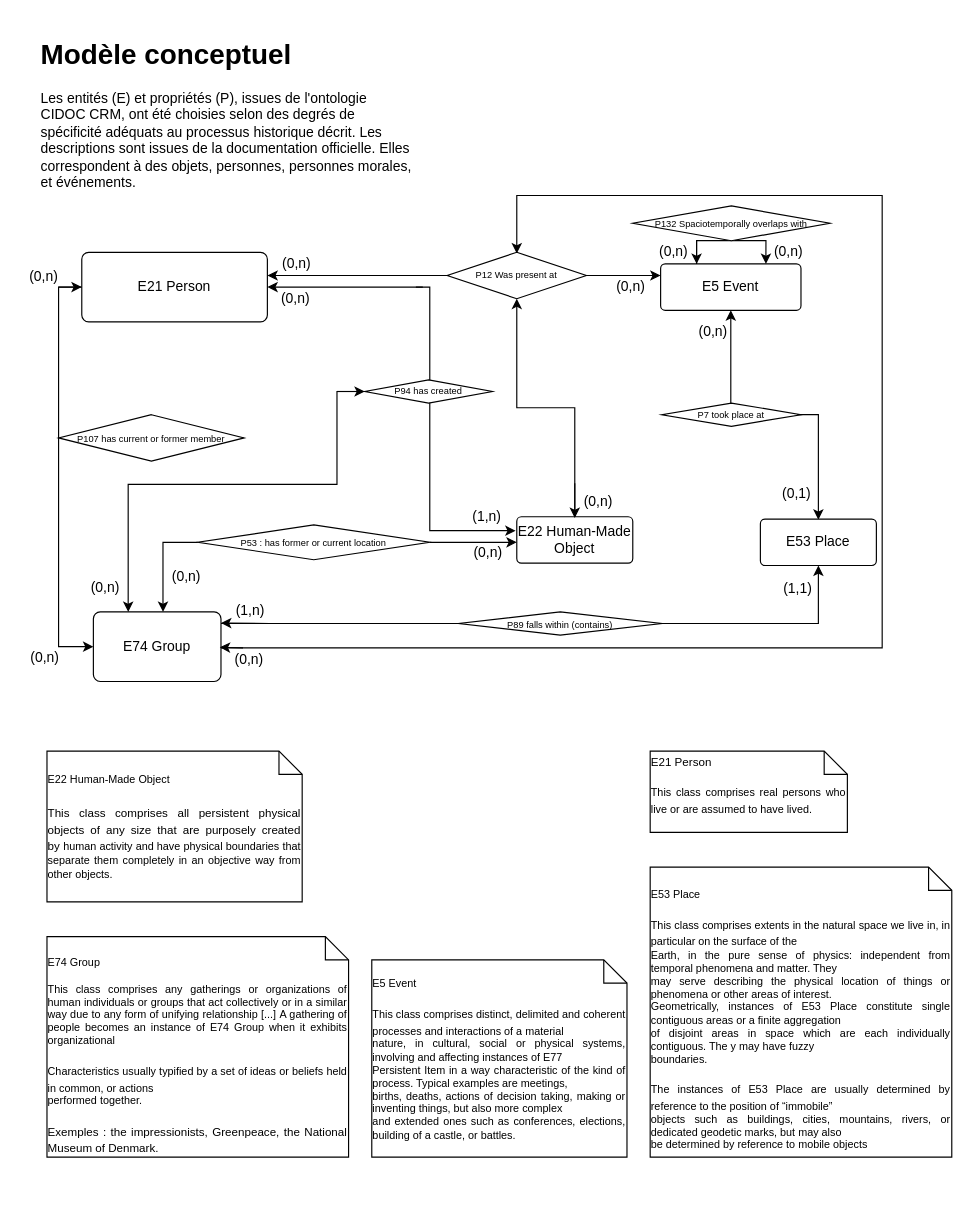
Before: CIDOC CRM.drawio in Oeconomo/Mexican_natures, a draw.io diagram. Source tidied: cells renumbered, new cells numbered last; positions are measured from the earlier drawing's top-left corner, leaving out a move shared by most shapes. Both pictures are drawn from the tidied source at 116%, with x=0, y=0 at pixel (20, 31).
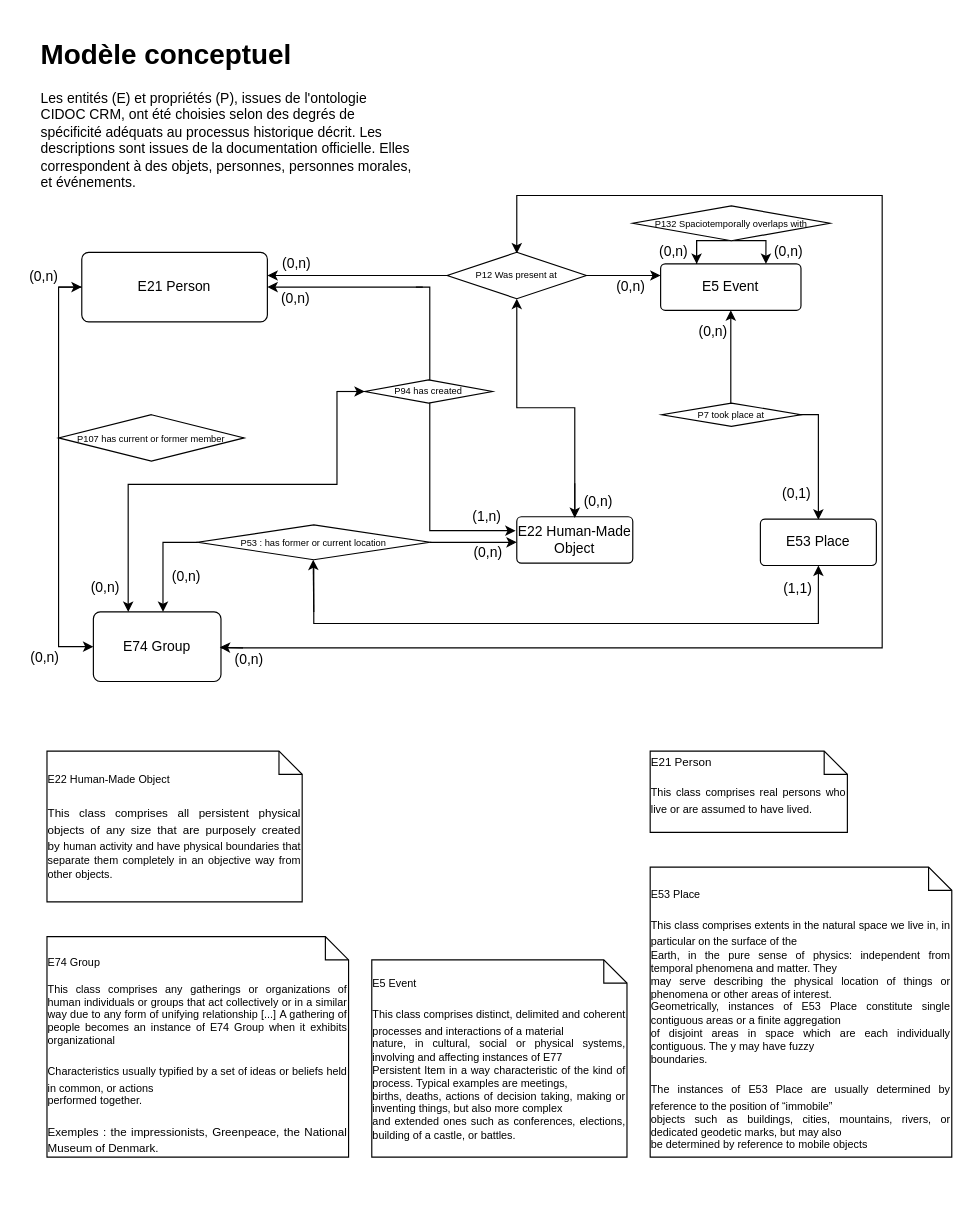
After the change.

Unchanged cells that the change refers to:
```xml
<mxCell id="7" value="&lt;div&gt;&lt;/div&gt;E53 Place" style="rounded=1;arcSize=10;whiteSpace=wrap;html=1;align=center;" parent="1" vertex="1">
  <mxGeometry x="638" y="420" width="100" height="40" as="geometry" />
</mxCell>
<mxCell id="16" value="E74 Group" style="rounded=1;arcSize=10;whiteSpace=wrap;html=1;align=center;" parent="1" vertex="1">
  <mxGeometry x="63" y="500" width="110" height="60" as="geometry" />
</mxCell>
```

Diff of the diagram source:
```diff
@@
-    <mxCell id="14" style="edgeStyle=orthogonalEdgeStyle;rounded=0;jettySize=auto;html=1;entryX=0.5;entryY=1;entryDx=0;entryDy=0;fontFamily=Helvetica;fontSize=10;" parent="1" edge="1" source="16" target="7">
+    <mxCell id="14" style="edgeStyle=orthogonalEdgeStyle;rounded=0;jettySize=auto;html=1;entryX=0.5;entryY=1;entryDx=0;entryDy=0;fontFamily=Helvetica;fontSize=10;" parent="1" edge="1" target="7">
       <mxGeometry relative="1" as="geometry">
+        <mxPoint x="253" y="460" as="sourcePoint" />
         <Array as="points">
           <mxPoint x="688" y="510" />
         </Array>
       </mxGeometry>
     </mxCell>
@@
-    <mxCell id="23" value="&lt;span style=&quot;font-size: 8px; background-color: initial;&quot;&gt;P89 falls within (contains)&lt;/span&gt;" style="shape=rhombus;perimeter=rhombusPerimeter;whiteSpace=wrap;html=1;align=center;fontFamily=Helvetica;fontSize=10;" parent="1" vertex="1">
-      <mxGeometry x="378" y="500" width="175" height="20" as="geometry" />
-    </mxCell>
@@
-    <mxCell id="26" style="endArrow=classic;html=1;rounded=0;fontFamily=Helvetica;fontSize=8;exitX=0.975;exitY=0.55;exitDx=0;exitDy=0;exitPerimeter=0;" parent="1" edge="1">
+    <mxCell id="26" style="endArrow=classic;html=1;rounded=0;fontFamily=Helvetica;fontSize=8;" parent="1" edge="1">
       <mxGeometry relative="1" as="geometry">
-        <mxPoint x="215" y="510" as="sourcePoint" />
-        <mxPoint x="173" y="509.5" as="targetPoint" />
+        <mxPoint x="253" y="500" as="sourcePoint" />
+        <mxPoint x="252.5" y="455" as="targetPoint" />
       </mxGeometry>
     </mxCell>
@@
-    <mxCell id="34" value="&lt;span style=&quot;font-size: 12px;&quot;&gt;(1,n)&lt;/span&gt;" style="text;html=1;align=center;verticalAlign=middle;strokeColor=none;fillColor=none;fontSize=8;fontFamily=Helvetica;" parent="1" vertex="1">
-      <mxGeometry x="178" y="489" width="40" height="20" as="geometry" />
-    </mxCell>
```
